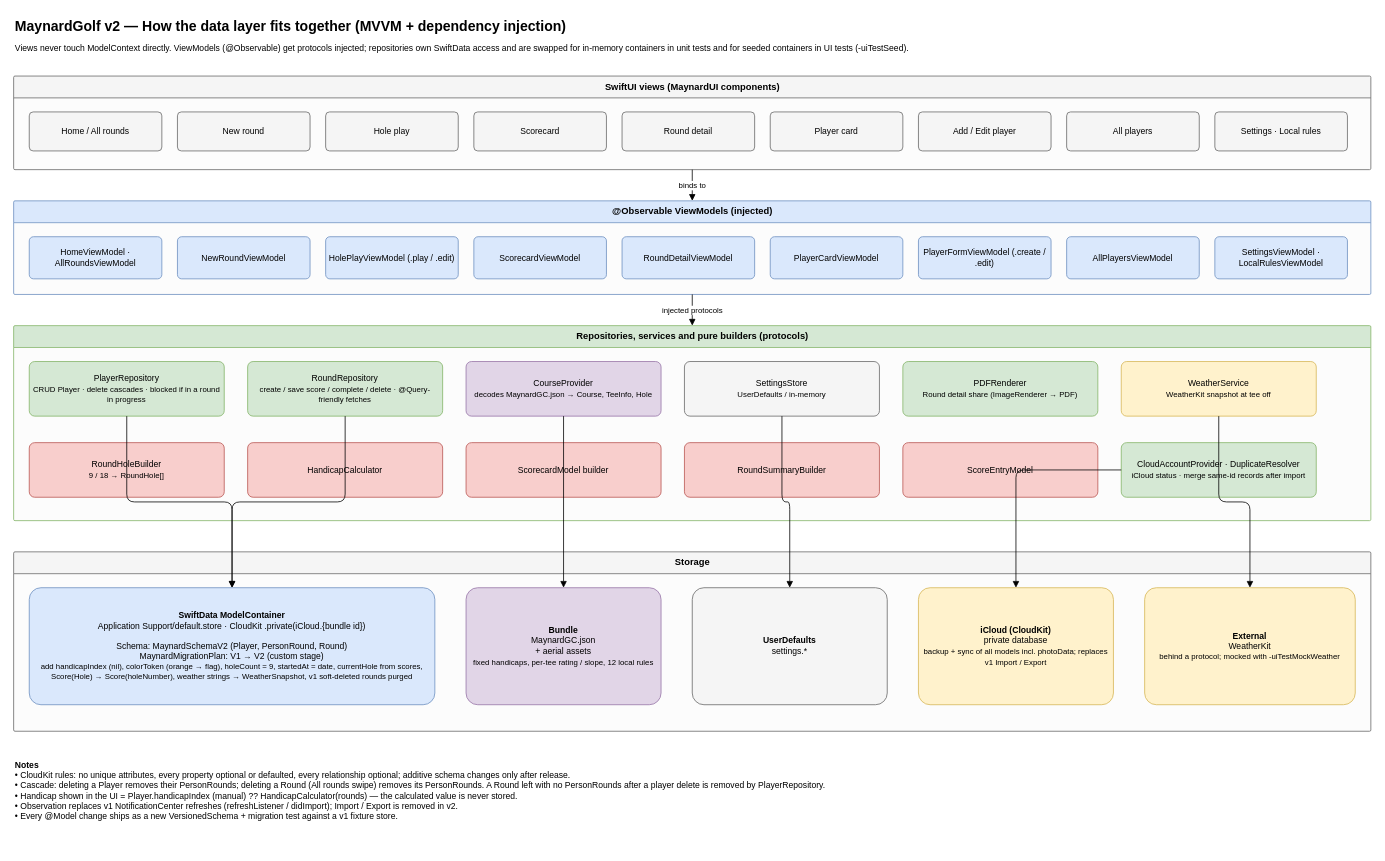
tassinari/MaynardGolf keeps this draw.io diagram as page "How it fits (layers)" (2 of 2) of docs/data-model.drawio. Above is the earlier version. Source tidied: cells renumbered, new cells numbered last; positions are measured from the earlier drawing's top-left corner, leaving out a move shared by most shapes. Both pictures are drawn from the tidied source at 78%, with x=0, y=0 at pixel (13, 13).
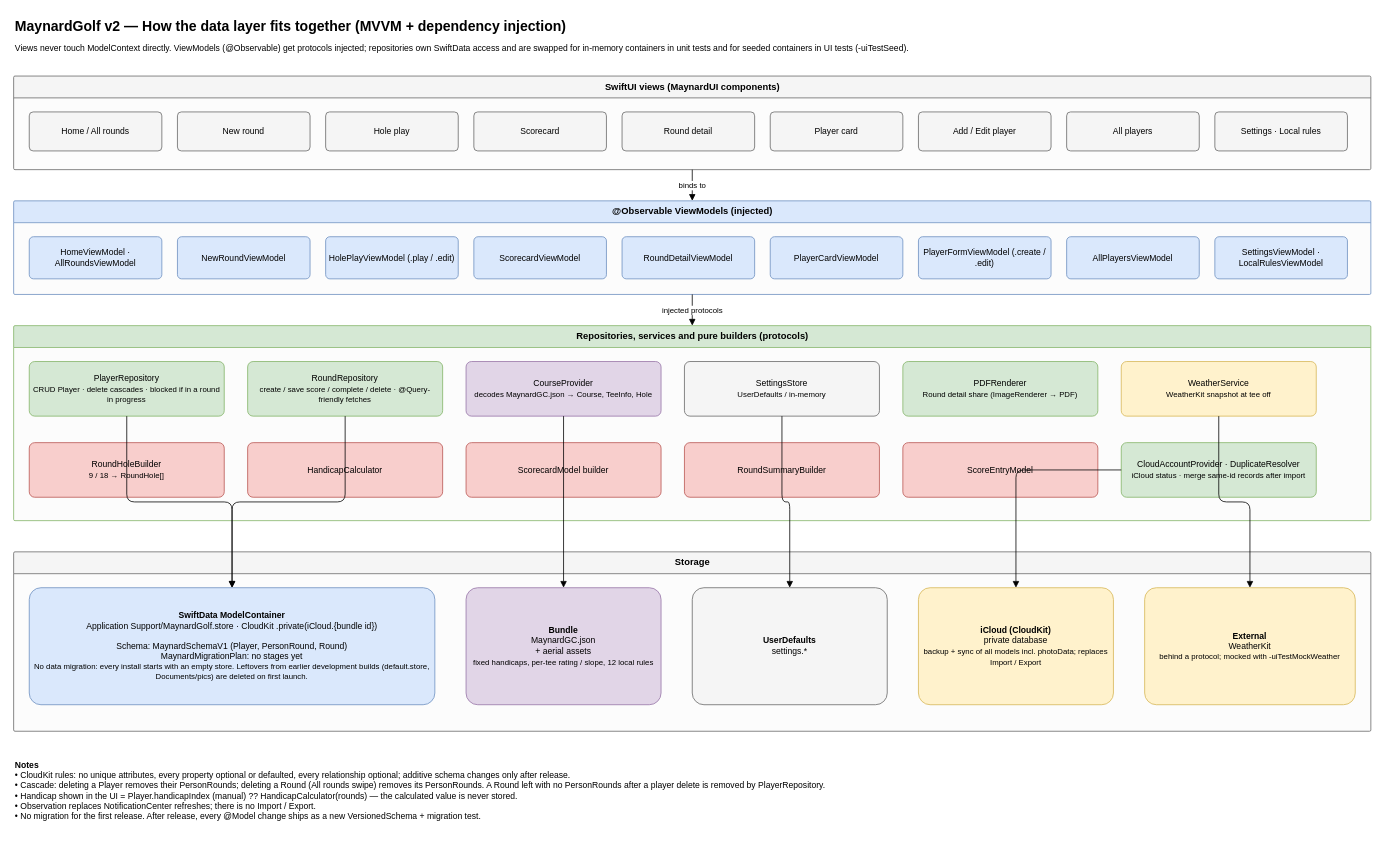
The same diagram, later.

Commit message (it also covers changes not shown here):
docs: remove the v1 data migration; every install starts with a fresh store

Unchanged cells that the change refers to:
```xml
<mxCell id="37" value="Storage" style="swimlane;html=1;startSize=28;fillColor=#f5f5f5;strokeColor=#666666;fontStyle=1;swimlaneFillColor=#fcfcfc;rounded=1;arcSize=2;" parent="1" vertex="1">
  <mxGeometry y="690" width="1740" height="230" as="geometry" />
</mxCell>
```

What changed in the source:
```diff
@@
-    <mxCell id="38" value="&lt;b&gt;SwiftData ModelContainer&lt;/b&gt;&lt;br&gt;Application Support/default.store · CloudKit .private(iCloud.{bundle id})&lt;br&gt;&lt;br&gt;Schema: MaynardSchemaV2 (Player, PersonRound, Round)&lt;br&gt;MaynardMigrationPlan: V1 → V2 (custom stage)&lt;br&gt;&lt;font style='font-size:10px'&gt;add handicapIndex (nil), colorToken (orange → flag), holeCount = 9, startedAt = date, currentHole from scores, Score(Hole) → Score(holeNumber), weather strings → WeatherSnapshot, v1 soft-deleted rounds purged&lt;/font&gt;" style="rounded=1;whiteSpace=wrap;html=1;fillColor=#dae8fc;strokeColor=#6c8ebf;fontSize=11;arcSize=10;" parent="37" vertex="1">
+    <mxCell id="38" value="&lt;b&gt;SwiftData ModelContainer&lt;/b&gt;&lt;br&gt;Application Support/MaynardGolf.store · CloudKit .private(iCloud.{bundle id})&lt;br&gt;&lt;br&gt;Schema: MaynardSchemaV1 (Player, PersonRound, Round)&lt;br&gt;MaynardMigrationPlan: no stages yet&lt;br&gt;&lt;font style='font-size:10px'&gt;No data migration: every install starts with an empty store. Leftovers from earlier development builds (default.store, Documents/pics) are deleted on first launch.&lt;/font&gt;" style="rounded=1;whiteSpace=wrap;html=1;fillColor=#dae8fc;strokeColor=#6c8ebf;fontSize=11;arcSize=10;" parent="37" vertex="1">
       <mxGeometry x="20" y="46" width="520" height="150" as="geometry" />
     </mxCell>
@@
-    <mxCell id="41" value="&lt;b&gt;iCloud (CloudKit)&lt;/b&gt;&lt;br&gt;private database&lt;br&gt;&lt;font style='font-size:10px'&gt;backup + sync of all models incl. photoData; replaces v1 Import / Export&lt;/font&gt;" style="rounded=1;whiteSpace=wrap;html=1;fillColor=#fff2cc;strokeColor=#d6b656;fontSize=11;arcSize=10;" parent="37" vertex="1">
+    <mxCell id="41" value="&lt;b&gt;iCloud (CloudKit)&lt;/b&gt;&lt;br&gt;private database&lt;br&gt;&lt;font style='font-size:10px'&gt;backup + sync of all models incl. photoData; replaces Import / Export&lt;/font&gt;" style="rounded=1;whiteSpace=wrap;html=1;fillColor=#fff2cc;strokeColor=#d6b656;fontSize=11;arcSize=10;" parent="37" vertex="1">
       <mxGeometry x="1160" y="46" width="250" height="150" as="geometry" />
     </mxCell>
@@
-    <mxCell id="51" value="&lt;b&gt;Notes&lt;/b&gt;&lt;br&gt;• CloudKit rules: no unique attributes, every property optional or defaulted, every relationship optional; additive schema changes only after release.&lt;br&gt;• Cascade: deleting a Player removes their PersonRounds; deleting a Round (All rounds swipe) removes its PersonRounds. A Round left with no PersonRounds after a player delete is removed by PlayerRepository.&lt;br&gt;• Handicap shown in the UI = Player.handicapIndex (manual) ?? HandicapCalculator(rounds) — the calculated value is never stored.&lt;br&gt;• Observation replaces v1 NotificationCenter refreshes (refreshListener / didImport); Import / Export is removed in v2.&lt;br&gt;• Every @Model change ships as a new VersionedSchema + migration test against a v1 fixture store." style="text;html=1;strokeColor=none;fillColor=none;align=left;verticalAlign=top;whiteSpace=wrap;fontSize=11;" parent="1" vertex="1">
+    <mxCell id="51" value="&lt;b&gt;Notes&lt;/b&gt;&lt;br&gt;• CloudKit rules: no unique attributes, every property optional or defaulted, every relationship optional; additive schema changes only after release.&lt;br&gt;• Cascade: deleting a Player removes their PersonRounds; deleting a Round (All rounds swipe) removes its PersonRounds. A Round left with no PersonRounds after a player delete is removed by PlayerRepository.&lt;br&gt;• Handicap shown in the UI = Player.handicapIndex (manual) ?? HandicapCalculator(rounds) — the calculated value is never stored.&lt;br&gt;• Observation replaces NotificationCenter refreshes; there is no Import / Export.&lt;br&gt;• No migration for the first release. After release, every @Model change ships as a new VersionedSchema + migration test." style="text;html=1;strokeColor=none;fillColor=none;align=left;verticalAlign=top;whiteSpace=wrap;fontSize=11;" parent="1" vertex="1">
       <mxGeometry y="950" width="1740" height="120" as="geometry" />
     </mxCell>
```
